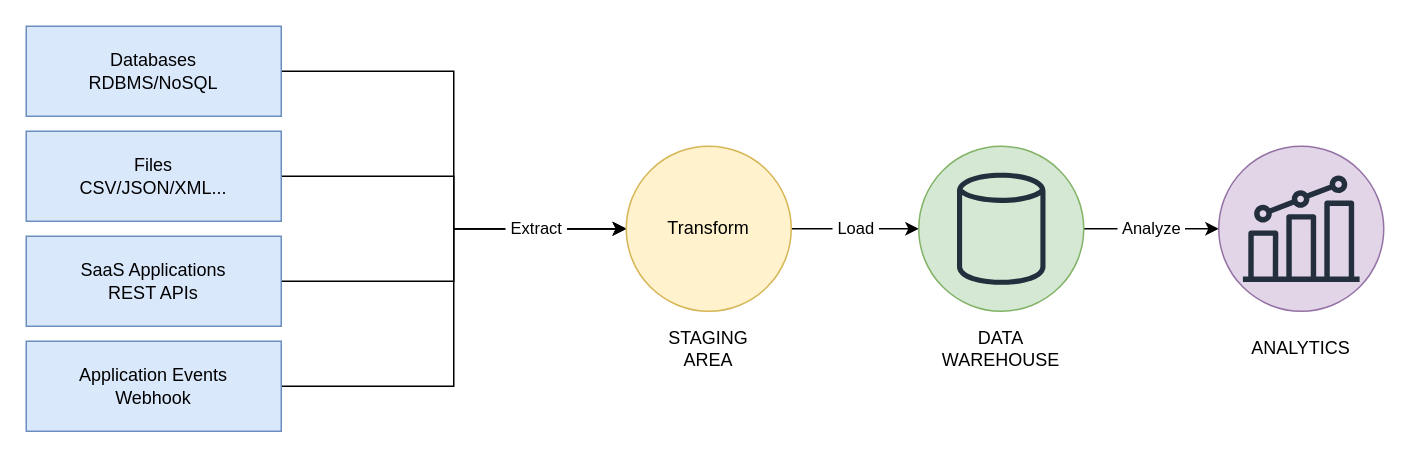
jeftegoes/data-management-overview keeps this draw.io diagram as diagrams/etl-process.drawio. Above is the earlier version. Source tidied: cells renumbered, new cells numbered last; positions are measured from the earlier drawing's top-left corner, leaving out a move shared by most shapes. Both pictures are drawn from the tidied source at 150%, with x=0, y=0 at pixel (26, 26).
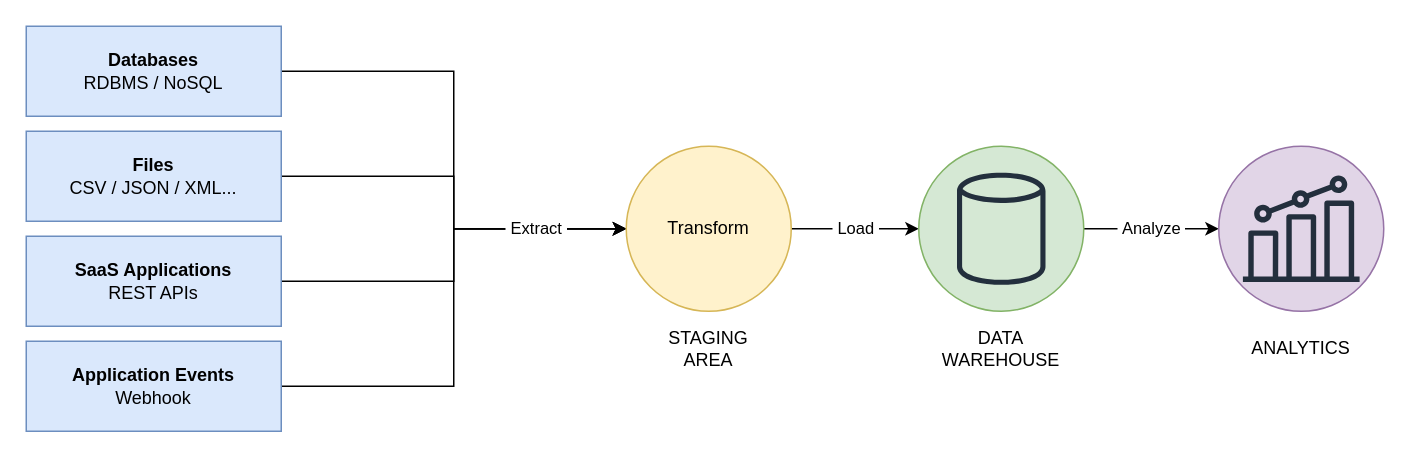
The same page after the edit.

What changed in the source:
```diff
@@
 <mxGraphModel>
   <root>
     <mxCell id="0" />
     <mxCell id="1" parent="0" />
     <mxCell id="2" style="edgeStyle=orthogonalEdgeStyle;rounded=0;jettySize=auto;html=1;entryX=0;entryY=0.5;entryDx=0;entryDy=0;" parent="1" edge="1" source="3" target="11">
       <mxGeometry relative="1" as="geometry" />
     </mxCell>
-    <mxCell id="3" value="Databases&lt;div&gt;RDBMS/NoSQL&lt;/div&gt;" style="rounded=0;whiteSpace=wrap;html=1;fillColor=#dae8fc;strokeColor=#6c8ebf;" parent="1" vertex="1">
+    <mxCell id="3" value="&lt;b&gt;Databases&lt;/b&gt;&lt;div&gt;RDBMS / NoSQL&lt;/div&gt;" style="rounded=0;whiteSpace=wrap;html=1;fillColor=#dae8fc;strokeColor=#6c8ebf;" parent="1" vertex="1">
       <mxGeometry width="170" height="60" as="geometry" />
     </mxCell>
     <mxCell id="4" style="edgeStyle=orthogonalEdgeStyle;rounded=0;jettySize=auto;html=1;entryX=0;entryY=0.5;entryDx=0;entryDy=0;" parent="1" edge="1" source="5" target="11">
       <mxGeometry relative="1" as="geometry" />
     </mxCell>
-    <mxCell id="5" value="Files&lt;div&gt;CSV/JSON/XML...&lt;/div&gt;" style="rounded=0;whiteSpace=wrap;html=1;fillColor=#dae8fc;strokeColor=#6c8ebf;" parent="1" vertex="1">
+    <mxCell id="5" value="&lt;b&gt;Files&lt;/b&gt;&lt;div&gt;CSV / JSON / XML...&lt;/div&gt;" style="rounded=0;whiteSpace=wrap;html=1;fillColor=#dae8fc;strokeColor=#6c8ebf;" parent="1" vertex="1">
       <mxGeometry y="70" width="170" height="60" as="geometry" />
     </mxCell>
     <mxCell id="6" style="edgeStyle=orthogonalEdgeStyle;rounded=0;jettySize=auto;html=1;" parent="1" edge="1" source="7" target="11">
       <mxGeometry relative="1" as="geometry" />
     </mxCell>
-    <mxCell id="7" value="SaaS Applications&lt;div&gt;REST APIs&lt;/div&gt;" style="rounded=0;whiteSpace=wrap;html=1;fillColor=#dae8fc;strokeColor=#6c8ebf;" parent="1" vertex="1">
+    <mxCell id="7" value="&lt;b&gt;SaaS Applications&lt;/b&gt;&lt;div&gt;REST APIs&lt;/div&gt;" style="rounded=0;whiteSpace=wrap;html=1;fillColor=#dae8fc;strokeColor=#6c8ebf;" parent="1" vertex="1">
       <mxGeometry y="140" width="170" height="60" as="geometry" />
     </mxCell>
     <mxCell id="8" value="&amp;nbsp;Extract&amp;nbsp;" style="edgeStyle=orthogonalEdgeStyle;rounded=0;jettySize=auto;html=1;entryX=0;entryY=0.5;entryDx=0;entryDy=0;" parent="1" edge="1" source="9" target="11">
       <mxGeometry x="0.64" relative="1" as="geometry" />
     </mxCell>
-    <mxCell id="9" value="Application Events&lt;div&gt;Webhook&lt;/div&gt;" style="rounded=0;whiteSpace=wrap;html=1;fillColor=#dae8fc;strokeColor=#6c8ebf;" parent="1" vertex="1">
+    <mxCell id="9" value="&lt;b&gt;Application Events&lt;/b&gt;&lt;div&gt;Webhook&lt;/div&gt;" style="rounded=0;whiteSpace=wrap;html=1;fillColor=#dae8fc;strokeColor=#6c8ebf;" parent="1" vertex="1">
       <mxGeometry y="210" width="170" height="60" as="geometry" />
     </mxCell>
     <mxCell id="10" value="&amp;nbsp;Load&amp;nbsp;" style="edgeStyle=orthogonalEdgeStyle;rounded=0;jettySize=auto;html=1;" parent="1" edge="1" source="11" target="14">
       <mxGeometry relative="1" as="geometry" />
     </mxCell>
     <mxCell id="11" value="Transform" style="ellipse;whiteSpace=wrap;html=1;fillColor=#fff2cc;strokeColor=#d6b656;" parent="1" vertex="1">
       <mxGeometry x="400" y="80" width="110" height="110" as="geometry" />
     </mxCell>
     <mxCell id="12" value="STAGING AREA" style="text;html=1;whiteSpace=wrap;strokeColor=none;fillColor=none;align=center;verticalAlign=middle;rounded=0;" parent="1" vertex="1">
       <mxGeometry x="425" y="200" width="60" height="30" as="geometry" />
     </mxCell>
     <mxCell id="13" value="&amp;nbsp;Analyze&amp;nbsp;" style="edgeStyle=orthogonalEdgeStyle;rounded=0;jettySize=auto;html=1;entryX=0;entryY=0.5;entryDx=0;entryDy=0;" parent="1" edge="1" source="14" target="15">
       <mxGeometry relative="1" as="geometry" />
     </mxCell>
     <mxCell id="14" style="ellipse;whiteSpace=wrap;html=1;fillColor=#d5e8d4;strokeColor=#82b366;" parent="1" vertex="1">
       <mxGeometry x="595" y="80" width="110" height="110" as="geometry" />
     </mxCell>
     <mxCell id="15" style="ellipse;whiteSpace=wrap;html=1;fillColor=#e1d5e7;strokeColor=#9673a6;" parent="1" vertex="1">
       <mxGeometry x="795" y="80" width="110" height="110" as="geometry" />
     </mxCell>
     <mxCell id="16" value="DATA WAREHOUSE" style="text;html=1;whiteSpace=wrap;strokeColor=none;fillColor=none;align=center;verticalAlign=middle;rounded=0;" parent="1" vertex="1">
       <mxGeometry x="620" y="200" width="60" height="30" as="geometry" />
     </mxCell>
     <mxCell id="17" value="ANALYTICS" style="text;html=1;whiteSpace=wrap;strokeColor=none;fillColor=none;align=center;verticalAlign=middle;rounded=0;" parent="1" vertex="1">
       <mxGeometry x="820" y="200" width="60" height="30" as="geometry" />
     </mxCell>
     <mxCell id="18" style="sketch=0;fontColor=#232F3E;gradientColor=none;fillColor=#232F3D;strokeColor=none;dashed=0;verticalLabelPosition=bottom;verticalAlign=top;align=center;html=1;fontSize=12;fontStyle=0;shape=mxgraph.aws4.generic_database;" parent="1" vertex="1">
       <mxGeometry x="620.5" y="96" width="59" height="78" as="geometry" />
     </mxCell>
     <mxCell id="19" style="sketch=0;fontColor=#232F3E;gradientColor=none;fillColor=#232F3D;strokeColor=none;dashed=0;verticalLabelPosition=bottom;verticalAlign=top;align=center;html=1;fontSize=12;fontStyle=0;shape=mxgraph.aws4.metrics;" parent="1" vertex="1">
       <mxGeometry x="811" y="99.5" width="78" height="71" as="geometry" />
     </mxCell>
   </root>
 </mxGraphModel>
```
